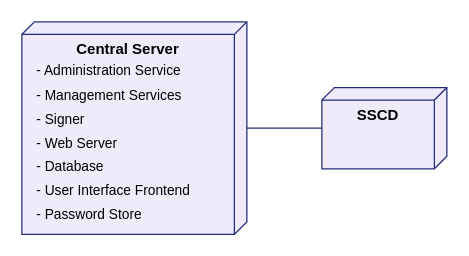
This is doc/Architecture/img/arc-cs_simple_deployment_of_the_central_server.drawio from georgeroliveira/X-VIA-MTI, a draw.io file, before an edit. Source tidied: cells renumbered, new cells numbered last; positions are measured from the earlier drawing's top-left corner, leaving out a move shared by most shapes. Both pictures are drawn from the tidied source at 125%, with x=0, y=0 at pixel (21, 21).
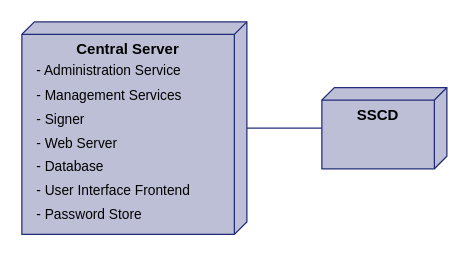
After the change.

Diff of the diagram source:
```diff
@@
 <mxGraphModel>
   <root>
     <mxCell id="0" />
     <mxCell id="1" parent="0" />
     <mxCell id="2" style="edgeStyle=none;curved=1;rounded=0;jettySize=auto;html=1;fontSize=12;startSize=8;endSize=8;endArrow=none;endFill=0;strokeColor=#232c77;" parent="1" edge="1" source="3" target="4">
       <mxGeometry relative="1" as="geometry" />
     </mxCell>
-    <mxCell id="3" value="&lt;span&gt;Central Server&lt;/span&gt;" style="verticalAlign=top;align=center;spacingTop=8;spacingLeft=2;spacingRight=12;shape=cube;size=10;direction=south;fontStyle=1;html=1;whiteSpace=wrap;fontSize=12;fillColor=#EFEBFB;strokeColor=#232c77;" parent="1" vertex="1">
+    <mxCell id="3" value="&lt;span&gt;Central Server&lt;/span&gt;" style="verticalAlign=top;align=center;spacingTop=8;spacingLeft=2;spacingRight=12;shape=cube;size=10;direction=south;fontStyle=1;html=1;whiteSpace=wrap;fontSize=12;fillColor=#bdbfd6;strokeColor=#232c77;" parent="1" vertex="1">
       <mxGeometry width="180" height="170" as="geometry" />
     </mxCell>
-    <mxCell id="4" value="SSCD" style="verticalAlign=top;align=center;spacingTop=8;spacingLeft=2;spacingRight=12;shape=cube;size=10;direction=south;fontStyle=1;html=1;whiteSpace=wrap;fontSize=12;fillColor=#EFEBFB;strokeColor=#232c77;" parent="1" vertex="1">
+    <mxCell id="4" value="SSCD" style="verticalAlign=top;align=center;spacingTop=8;spacingLeft=2;spacingRight=12;shape=cube;size=10;direction=south;fontStyle=1;html=1;whiteSpace=wrap;fontSize=12;fillColor=#bdbfd6;strokeColor=#232c77;" parent="1" vertex="1">
       <mxGeometry x="240" y="52.5" width="100" height="65" as="geometry" />
     </mxCell>
     <mxCell id="5" value="&lt;blockquote style=&quot;margin: 0 0 0 40px; border: none; padding: 0px;&quot;&gt;&lt;/blockquote&gt;&lt;span style=&quot;background-color: initial; font-size: 11px;&quot;&gt;- Administration Service&lt;/span&gt;&lt;br&gt;&lt;blockquote style=&quot;margin: 0 0 0 40px; border: none; padding: 0px;&quot;&gt;&lt;/blockquote&gt;&lt;span style=&quot;background-color: initial; font-size: 11px;&quot;&gt;- Management Services&lt;/span&gt;&lt;br&gt;&lt;blockquote style=&quot;margin: 0 0 0 40px; border: none; padding: 0px;&quot;&gt;&lt;/blockquote&gt;&lt;span style=&quot;background-color: initial; font-size: 11px;&quot;&gt;- Signer&lt;/span&gt;&lt;br&gt;&lt;blockquote style=&quot;margin: 0 0 0 40px; border: none; padding: 0px;&quot;&gt;&lt;/blockquote&gt;&lt;span style=&quot;background-color: initial; font-size: 11px;&quot;&gt;- Web Server&lt;/span&gt;&lt;br&gt;&lt;blockquote style=&quot;margin: 0 0 0 40px; border: none; padding: 0px;&quot;&gt;&lt;/blockquote&gt;&lt;span style=&quot;background-color: initial; font-size: 11px;&quot;&gt;- Database&lt;/span&gt;&lt;br&gt;&lt;blockquote style=&quot;margin: 0 0 0 40px; border: none; padding: 0px;&quot;&gt;&lt;/blockquote&gt;&lt;span style=&quot;background-color: initial; font-size: 11px;&quot;&gt;- User Interface Frontend&lt;/span&gt;&lt;br&gt;&lt;span style=&quot;font-size: 11px; background-color: initial;&quot;&gt;- Password Store&lt;/span&gt;" style="text;html=1;strokeColor=none;fillColor=none;align=left;verticalAlign=middle;whiteSpace=wrap;rounded=0;fontSize=16;" parent="1" vertex="1">
       <mxGeometry x="10" y="30" width="160" height="130" as="geometry" />
     </mxCell>
   </root>
 </mxGraphModel>
```
